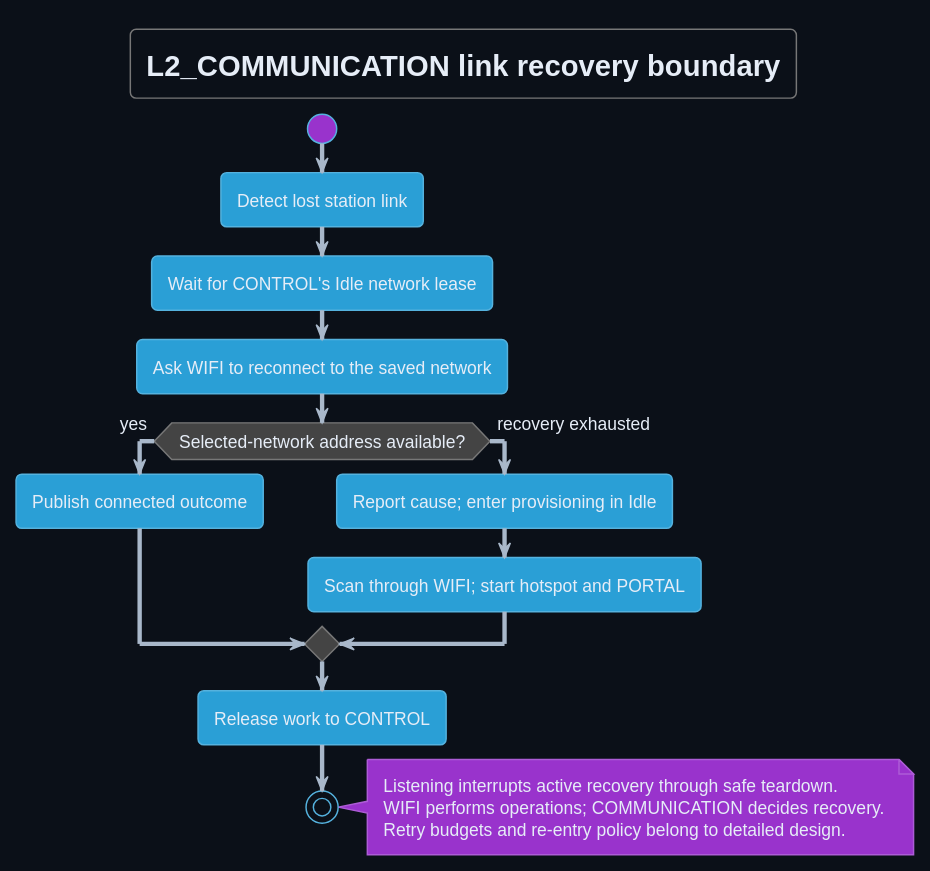
This is Development/system/architecture/COMMUNICATION/rendered/link_recovery.svg from DemonicPsychoII/DigitalStethoscope, a PlantUML export, as it was before one commit. Source of this version:
```plantuml
@startuml
!theme cyborg
skinparam shadowing false
skinparam defaultFontName SansSerif
skinparam backgroundColor #0b1018
skinparam defaultFontColor #e6edf7
skinparam ArrowColor #a9b8ca
title L2_COMMUNICATION link recovery boundary
start
:Detect lost station link;
:Wait for CONTROL's Idle network lease;
:Ask WIFI to reconnect to the saved network;
if (Selected-network address available?) then (yes)
 :Publish connected outcome;
else (recovery exhausted)
 :Report cause; enter provisioning in Idle;
 :Scan through WIFI; start hotspot and PORTAL;
endif
:Release work to CONTROL;
stop
note right
 Listening interrupts active recovery through safe teardown.
 WIFI performs operations; COMMUNICATION decides recovery.
 Retry budgets and re-entry policy belong to detailed design.
end note
@enduml
```
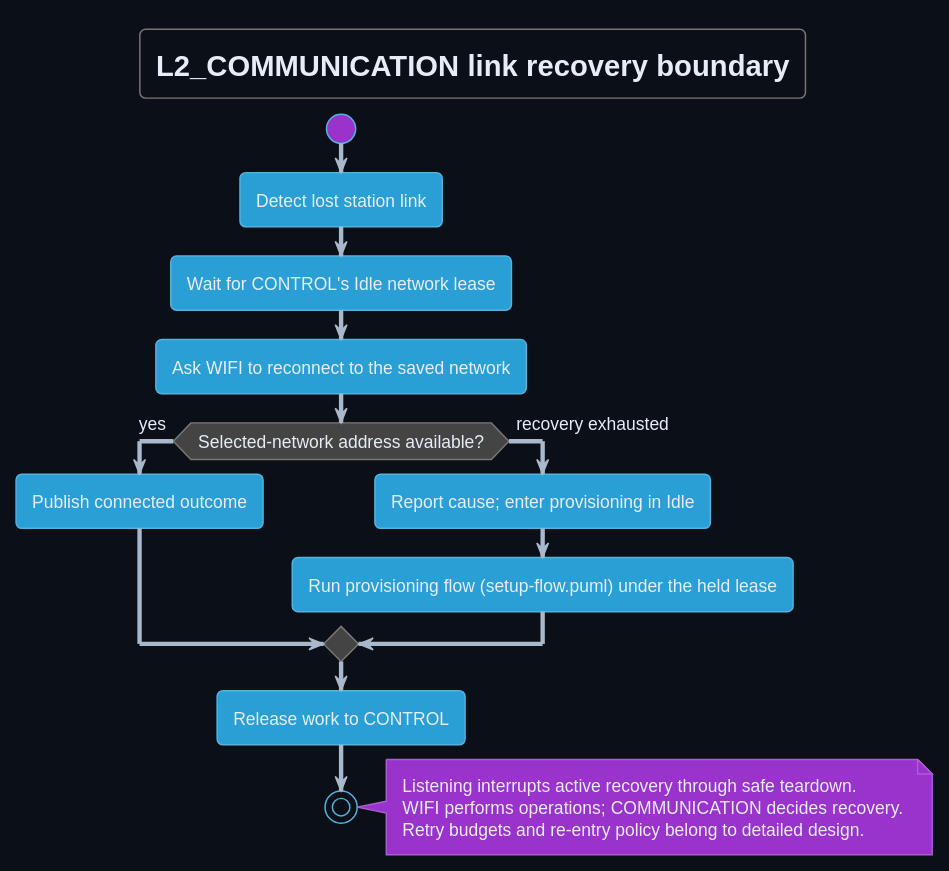
Later version of the same file.

Commit message:
docs: loop failed portal connects and hold lease through recovery provisioning

What changed in the source:
```diff
@@ -14,7 +14,7 @@
  :Publish connected outcome;
 else (recovery exhausted)
  :Report cause; enter provisioning in Idle;
- :Scan through WIFI; start hotspot and PORTAL;
+ :Run provisioning flow (setup-flow.puml) under the held lease;
 endif
 :Release work to CONTROL;
 stop
```
